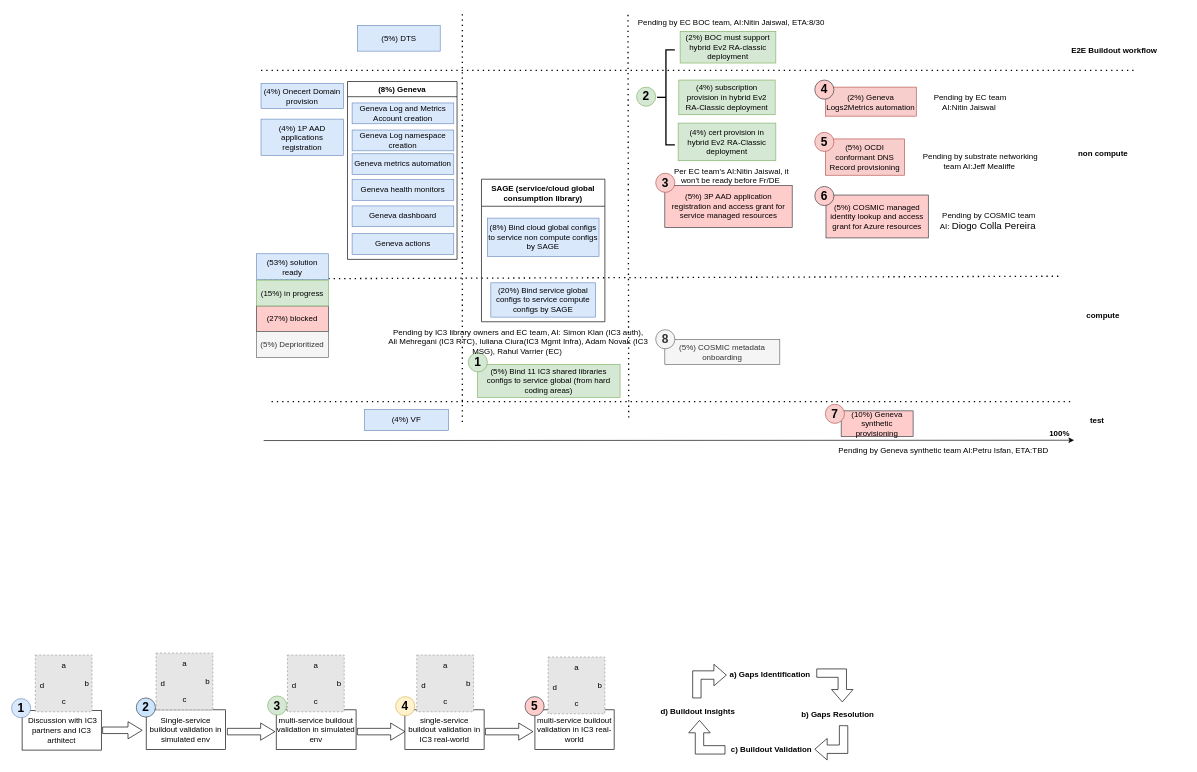
nonly/timewheel keeps this draw.io diagram as page "automation status overview" (9 of 10) of buildout.drawio. Above is the earlier version. Source tidied: cells renumbered, new cells numbered last; positions are measured from the earlier drawing's top-left corner, leaving out a move shared by most shapes. Both pictures are drawn from the tidied source at 66%, with x=0, y=0 at pixel (11, 12). Pictures stored in the file or linked from it are replaced by grey dashed boxes.
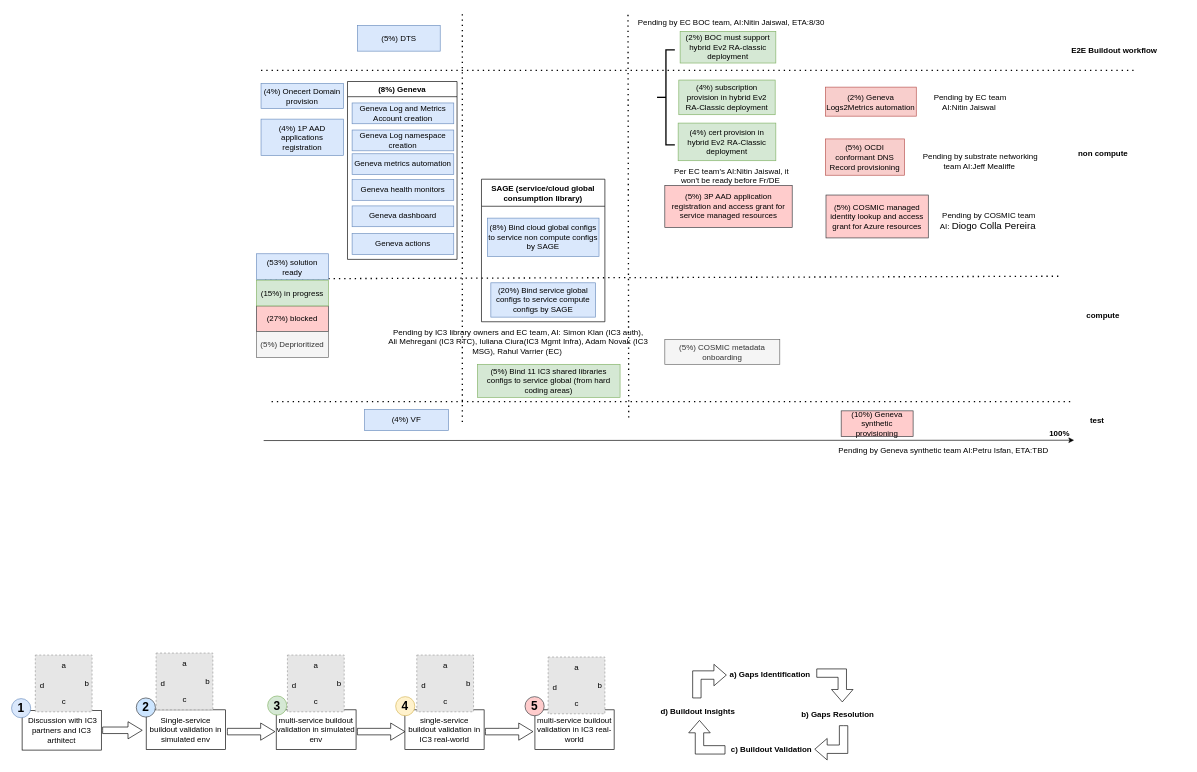
The same page after the edit.

Change to the diagram source:
```diff
@@
-    <mxCell id="29" value="&lt;font size=&quot;1&quot; style=&quot;&quot;&gt;&lt;b style=&quot;font-size: 18px;&quot;&gt;2&lt;/b&gt;&lt;/font&gt;" style="ellipse;whiteSpace=wrap;html=1;strokeWidth=1;fillColor=#d5e8d4;strokeColor=#82b366;" parent="1" vertex="1">
-      <mxGeometry x="947" y="113.5" width="29" height="29" as="geometry" />
-    </mxCell>
@@
-    <mxCell id="31" value="&lt;font size=&quot;1&quot; style=&quot;&quot;&gt;&lt;b style=&quot;font-size: 18px;&quot;&gt;6&lt;/b&gt;&lt;/font&gt;" style="ellipse;whiteSpace=wrap;html=1;strokeWidth=1;fillColor=#ffcccc;strokeColor=#36393d;" parent="1" vertex="1">
-      <mxGeometry x="1217" y="264" width="29" height="29" as="geometry" />
-    </mxCell>
@@
-    <mxCell id="33" value="&lt;font size=&quot;1&quot; style=&quot;&quot;&gt;&lt;b style=&quot;font-size: 18px;&quot;&gt;5&lt;/b&gt;&lt;/font&gt;" style="ellipse;whiteSpace=wrap;html=1;strokeWidth=1;fillColor=#f8cecc;strokeColor=#b85450;" parent="1" vertex="1">
-      <mxGeometry x="1217" y="182" width="29" height="29" as="geometry" />
-    </mxCell>
@@
-    <mxCell id="35" value="&lt;font size=&quot;1&quot; style=&quot;&quot;&gt;&lt;b style=&quot;font-size: 18px;&quot;&gt;7&lt;/b&gt;&lt;/font&gt;" style="ellipse;whiteSpace=wrap;html=1;strokeWidth=1;fillColor=#f8cecc;strokeColor=#b85450;" parent="1" vertex="1">
-      <mxGeometry x="1233" y="594" width="29" height="29" as="geometry" />
-    </mxCell>
@@
-    <mxCell id="100" value="&lt;font size=&quot;1&quot; style=&quot;&quot;&gt;&lt;b style=&quot;font-size: 18px;&quot;&gt;4&lt;/b&gt;&lt;/font&gt;" style="ellipse;whiteSpace=wrap;html=1;strokeWidth=1;fillColor=#ffcccc;strokeColor=#36393d;" parent="1" vertex="1">
-      <mxGeometry x="1217" y="102.8" width="29" height="29" as="geometry" />
-    </mxCell>
@@
-    <mxCell id="102" value="&lt;font size=&quot;1&quot; style=&quot;&quot;&gt;&lt;b style=&quot;font-size: 18px;&quot;&gt;3&lt;/b&gt;&lt;/font&gt;" style="ellipse;whiteSpace=wrap;html=1;strokeWidth=1;fillColor=#f8cecc;strokeColor=#b85450;" parent="1" vertex="1">
-      <mxGeometry x="976" y="244" width="29" height="29" as="geometry" />
-    </mxCell>
@@
-    <mxCell id="105" value="&lt;font size=&quot;1&quot; style=&quot;&quot;&gt;&lt;b style=&quot;font-size: 18px;&quot;&gt;8&lt;/b&gt;&lt;/font&gt;" style="ellipse;whiteSpace=wrap;html=1;strokeWidth=1;fillColor=#f5f5f5;strokeColor=#666666;fontColor=#333333;" parent="1" vertex="1">
-      <mxGeometry x="976" y="481" width="29" height="29" as="geometry" />
-    </mxCell>
@@
-    <mxCell id="109" value="&lt;font size=&quot;1&quot; style=&quot;&quot;&gt;&lt;b style=&quot;font-size: 18px;&quot;&gt;1&lt;/b&gt;&lt;/font&gt;" style="ellipse;whiteSpace=wrap;html=1;strokeWidth=1;fillColor=#d5e8d4;strokeColor=#82b366;" parent="1" vertex="1">
-      <mxGeometry x="692" y="516" width="29" height="29" as="geometry" />
-    </mxCell>
```
